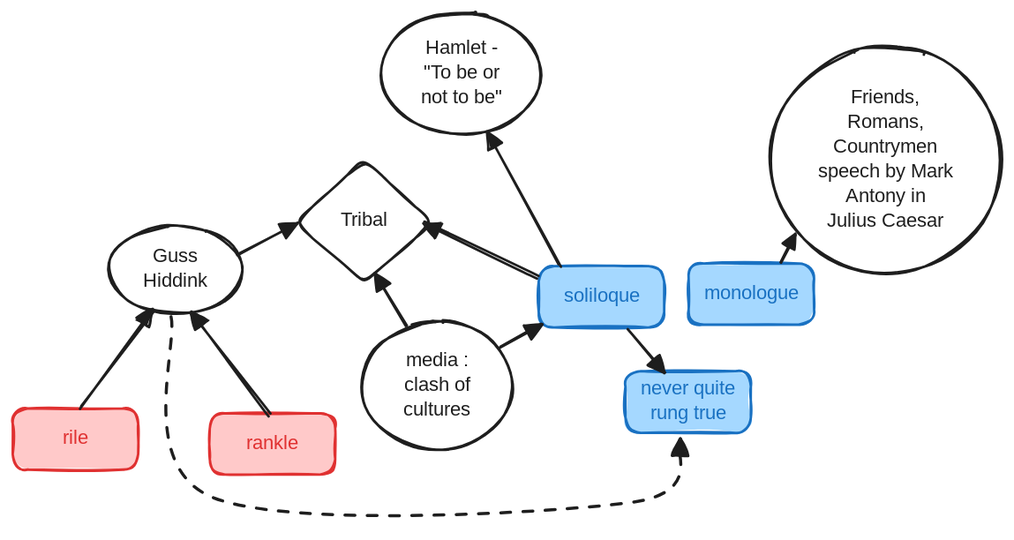
Before: images/wordisgod/wordisgod.excalidraw.svg, a diagram exported from Excalidraw (samratkar/samratkar.github.io). Source tidied: one line per element, renumbered; positions are measured from the earlier drawing's top-left corner, leaving out a move shared by most shapes.
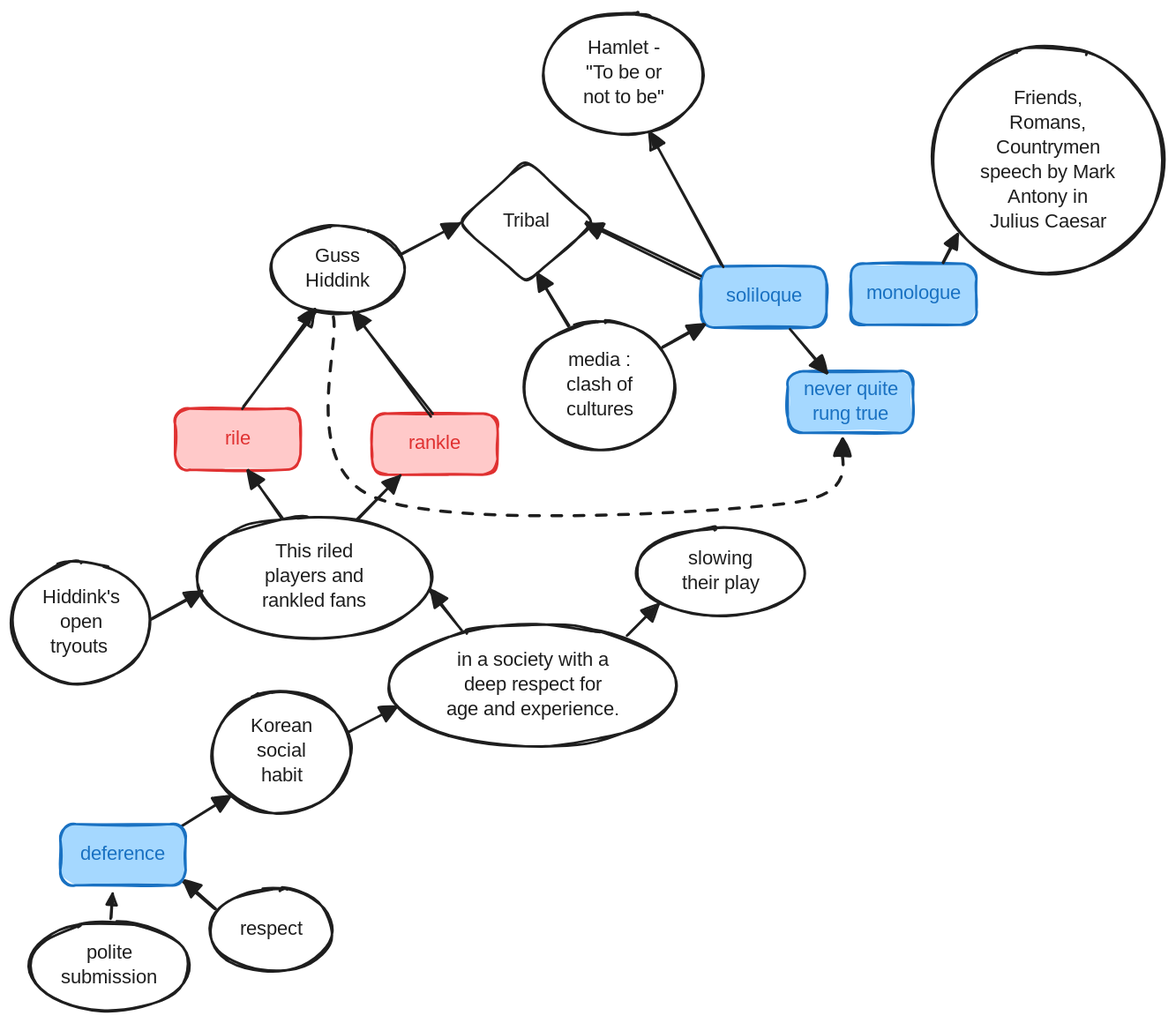
The same diagram one commit later.

What changed in the source:
```diff
@@ -28,3 +28,28 @@
 {"id": 27, "type": "text", "text": "never quite\nrung true", "strokeColor": "#1971c2", "strokeWidth": 2, "roughness": 1, "fontSize": 16, "fontFamily": 5, "textAlign": "center", "verticalAlign": "middle", "inside": 26, "x": 504, "y": 296, "width": 86, "height": 40}
 {"id": 28, "type": "arrow", "strokeColor": "#1e1e1e", "strokeWidth": 2, "roughness": 1, "endArrowhead": "triangle", "round": true, "from": 4, "to": 26, "x": 498, "y": 257, "width": 30, "height": 35, "points": [[0, 0], [30, 35]]}
 {"id": 29, "type": "arrow", "strokeColor": "#1e1e1e", "strokeWidth": 2, "strokeStyle": "dashed", "roughness": 1, "endArrowhead": "triangle", "round": true, "from": 6, "to": 26, "x": 128, "y": 247, "width": 412, "height": 151, "points": [[0, 0], [35, 145], [371, 151], [412, 98]]}
+{"id": 30, "type": "ellipse", "strokeColor": "#1e1e1e", "strokeWidth": 2, "roughness": 1, "round": true, "x": 18, "y": 408, "width": 190, "height": 99}
+{"id": 31, "type": "text", "text": "This riled\nplayers and\nrankled fans", "strokeColor": "#1e1e1e", "strokeWidth": 2, "roughness": 1, "fontSize": 16, "fontFamily": 5, "textAlign": "center", "verticalAlign": "middle", "inside": 30, "x": 65, "y": 427, "width": 95, "height": 60}
+{"id": 32, "type": "ellipse", "strokeColor": "#1e1e1e", "strokeWidth": 2, "roughness": 1, "round": true, "x": 173, "y": 496, "width": 234, "height": 99}
+{"id": 33, "type": "text", "text": "in a society with a\ndeep respect for\nage and experience.", "strokeColor": "#1e1e1e", "strokeWidth": 2, "roughness": 1, "fontSize": 16, "fontFamily": 5, "textAlign": "center", "verticalAlign": "middle", "inside": 32, "x": 214, "y": 515, "width": 151, "height": 60}
+{"id": 34, "type": "ellipse", "strokeColor": "#1e1e1e", "strokeWidth": 2, "roughness": 1, "round": true, "x": 30, "y": 549, "width": 113, "height": 99}
+{"id": 35, "type": "text", "text": "Korean\nsocial\nhabit", "strokeColor": "#1e1e1e", "strokeWidth": 2, "roughness": 1, "fontSize": 16, "fontFamily": 5, "textAlign": "center", "verticalAlign": "middle", "inside": 34, "x": 61, "y": 569, "width": 51, "height": 60}
+{"id": 36, "type": "ellipse", "strokeColor": "#1e1e1e", "strokeWidth": 2, "roughness": 1, "round": true, "x": 373, "y": 417, "width": 138, "height": 71}
+{"id": 37, "type": "text", "text": "slowing\ntheir play", "strokeColor": "#1e1e1e", "strokeWidth": 2, "roughness": 1, "fontSize": 16, "fontFamily": 5, "textAlign": "center", "verticalAlign": "middle", "inside": 36, "x": 405, "y": 433, "width": 73, "height": 40}
+{"id": 38, "type": "ellipse", "strokeColor": "#1e1e1e", "strokeWidth": 2, "roughness": 1, "round": true, "x": -118, "y": 737, "width": 130, "height": 72}
+{"id": 39, "type": "text", "text": "polite\nsubmission", "strokeColor": "#1e1e1e", "strokeWidth": 2, "roughness": 1, "fontSize": 16, "fontFamily": 5, "textAlign": "center", "verticalAlign": "middle", "inside": 38, "x": -93, "y": 753, "width": 80, "height": 40}
+{"id": 40, "type": "ellipse", "strokeColor": "#1e1e1e", "strokeWidth": 2, "roughness": 1, "round": true, "x": 28, "y": 709, "width": 99, "height": 68}
+{"id": 41, "type": "text", "text": "respect", "strokeColor": "#1e1e1e", "strokeWidth": 2, "roughness": 1, "fontSize": 16, "fontFamily": 5, "textAlign": "center", "verticalAlign": "middle", "inside": 40, "x": 49, "y": 733, "width": 58, "height": 20}
+{"id": 42, "type": "ellipse", "strokeColor": "#1e1e1e", "strokeWidth": 2, "roughness": 1, "round": true, "x": -132, "y": 445, "width": 111, "height": 99}
+{"id": 43, "type": "text", "text": "Hiddink's\nopen\ntryouts ", "strokeColor": "#1e1e1e", "strokeWidth": 2, "roughness": 1, "fontSize": 16, "fontFamily": 5, "textAlign": "center", "verticalAlign": "middle", "inside": 42, "x": -109, "y": 464, "width": 66, "height": 60}
+{"id": 44, "type": "arrow", "strokeColor": "#1e1e1e", "strokeWidth": 2, "roughness": 1, "endArrowhead": "triangle", "round": true, "from": 30, "to": 2, "x": 148, "y": 410, "width": 34, "height": 35, "points": [[0, 0], [34, -35]]}
+{"id": 45, "type": "arrow", "strokeColor": "#1e1e1e", "strokeWidth": 2, "roughness": 1, "endArrowhead": "triangle", "round": true, "from": 30, "to": 0, "x": 87, "y": 410, "width": 27, "height": 39, "points": [[0, 0], [-27, -39]]}
+{"id": 46, "type": "arrow", "strokeColor": "#1e1e1e", "strokeWidth": 2, "roughness": 1, "endArrowhead": "triangle", "round": true, "from": 42, "to": 30, "x": -19, "y": 491, "width": 41, "height": 22, "points": [[0, 0], [41, -22]]}
+{"id": 47, "type": "arrow", "strokeColor": "#1e1e1e", "strokeWidth": 2, "roughness": 1, "endArrowhead": "triangle", "round": true, "from": 32, "to": 30, "x": 232, "y": 500, "width": 25, "height": 32, "points": [[0, 0], [-25, -32]]}
+{"id": 48, "type": "arrow", "strokeColor": "#1e1e1e", "strokeWidth": 2, "roughness": 1, "endArrowhead": "triangle", "round": true, "from": 34, "to": 32, "x": 141, "y": 582, "width": 39, "height": 20, "points": [[0, 0], [39, -20]]}
+{"id": 49, "type": "arrow", "strokeColor": "#1e1e1e", "strokeWidth": 2, "roughness": 1, "endArrowhead": "triangle", "round": true, "from": 32, "to": 36, "x": 366, "y": 505, "width": 24, "height": 25, "points": [[0, 0], [24, -25]]}
+{"id": 50, "type": "arrow", "strokeColor": "#1e1e1e", "strokeWidth": 2, "roughness": 1, "endArrowhead": "triangle", "round": true, "from": 53, "to": 34, "x": 6, "y": 659, "width": 40, "height": 24, "points": [[0, 0], [40, -24]]}
+{"id": 51, "type": "arrow", "strokeColor": "#1e1e1e", "strokeWidth": 2, "roughness": 1, "endArrowhead": "triangle", "round": true, "from": 38, "x": -52, "y": 733, "width": 1, "height": 19, "points": [[0, 0], [1, -19]]}
+{"id": 52, "type": "arrow", "strokeColor": "#1e1e1e", "strokeWidth": 2, "roughness": 1, "endArrowhead": "triangle", "round": true, "from": 40, "to": 53, "x": 33, "y": 726, "width": 27, "height": 22, "points": [[0, 0], [-27, -22]]}
+{"id": 53, "type": "rectangle", "strokeColor": "#1971c2", "backgroundColor": "#a5d8ff", "fillStyle": "solid", "strokeWidth": 2, "roughness": 1, "round": true, "x": -93, "y": 657, "width": 102, "height": 50}
+{"id": 54, "type": "text", "text": "deference", "strokeColor": "#1971c2", "strokeWidth": 2, "roughness": 1, "fontSize": 16, "fontFamily": 5, "textAlign": "center", "verticalAlign": "middle", "inside": 53, "x": -79, "y": 672, "width": 75, "height": 20}
```
